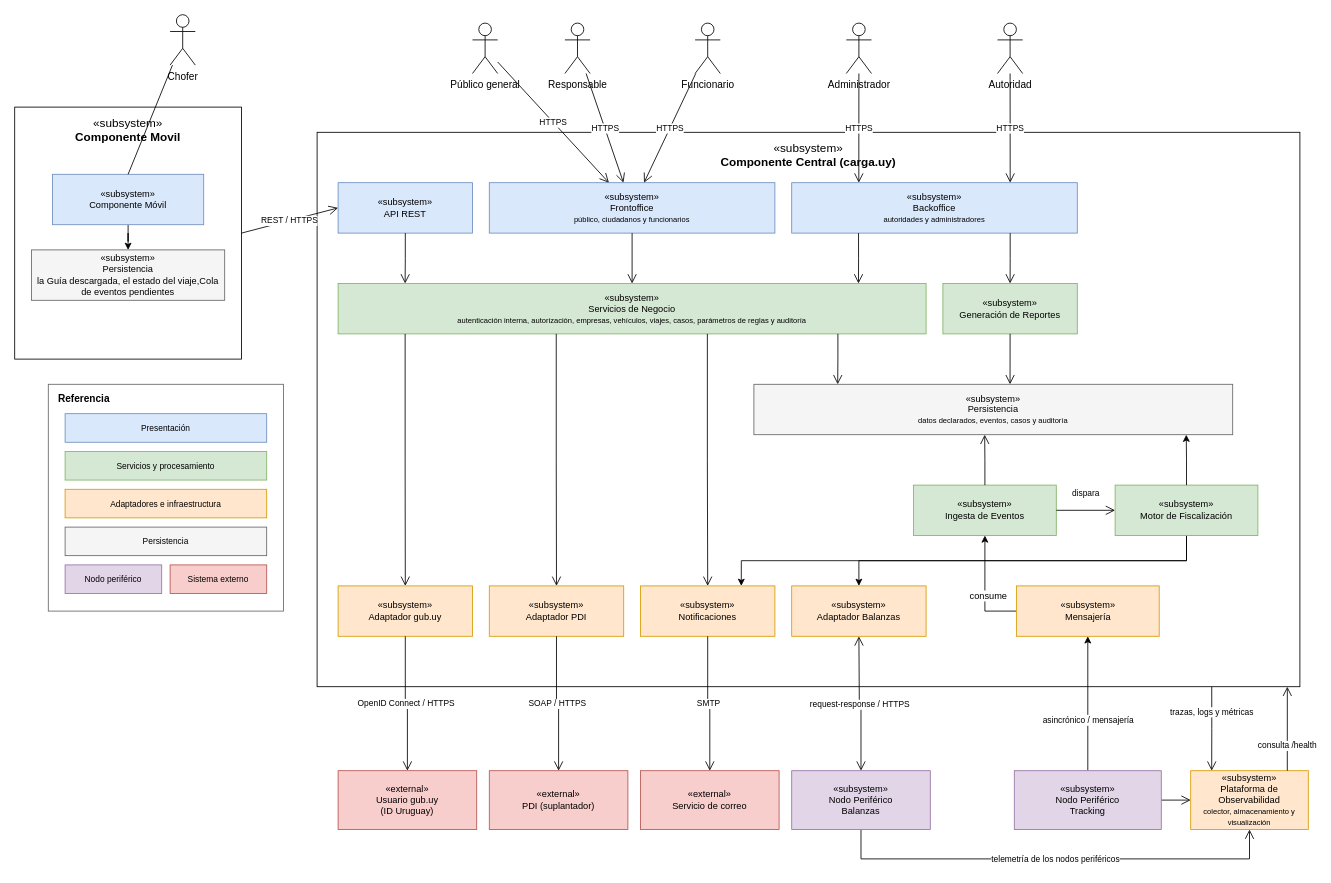
Above: docs/informe/fuentes-drawio/carga-uy-vista-logica-v3.drawio in LucasLazogue/TSE-carga-uy (draw.io), before the change. Source tidied: cells renumbered, new cells numbered last; positions are measured from the earlier drawing's top-left corner, leaving out a move shared by most shapes. Both pictures are drawn from the tidied source at 84%, with x=0, y=0 at pixel (14, 14).
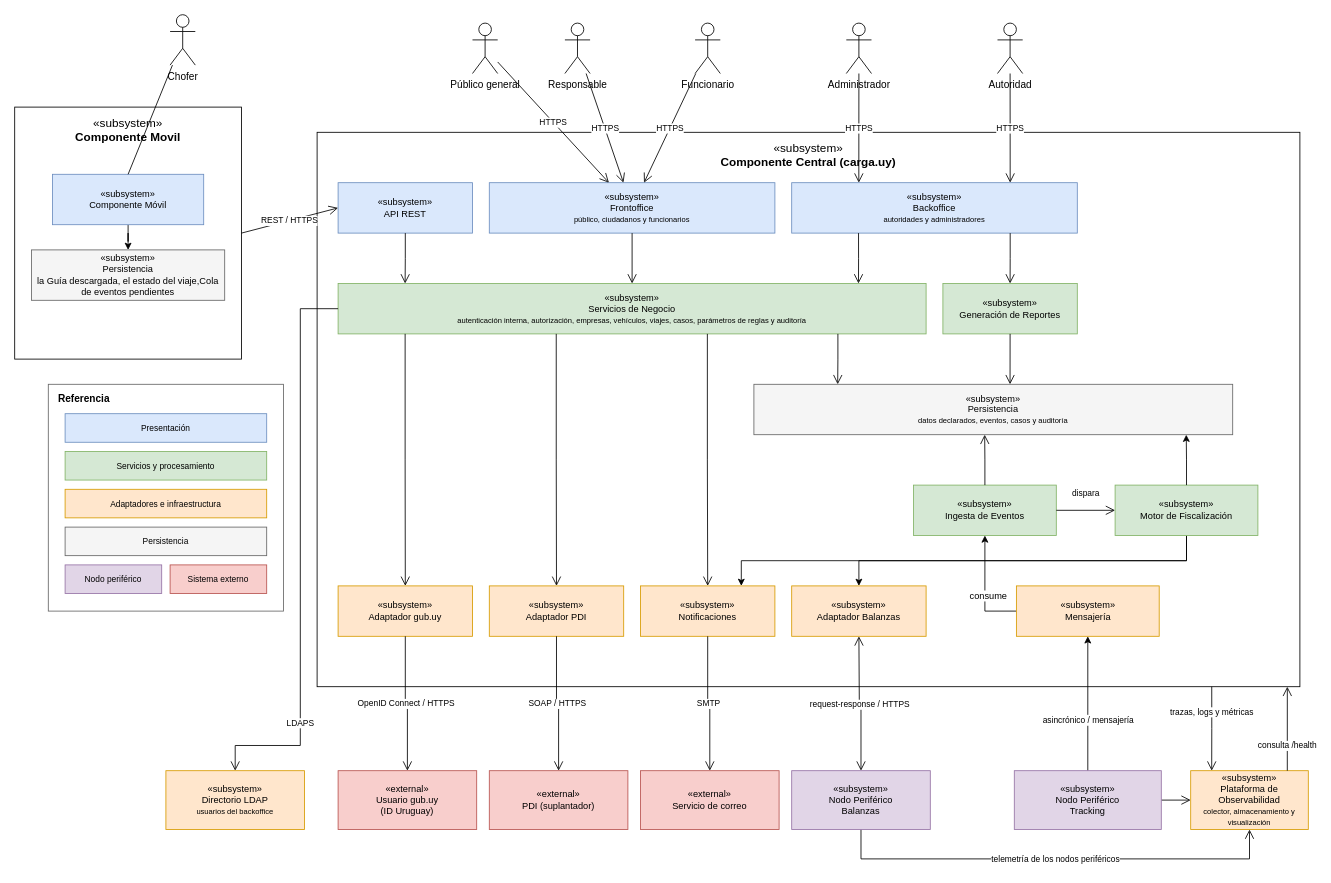
After the change.

Commit message (it also covers changes not shown here):
docs: autenticacion del backoffice contra un directorio ldap

Unchanged cells that the change refers to:
```xml
<mxCell id="8" value="&amp;laquo;subsystem&amp;raquo;&lt;br&gt;Servicios de Negocio&lt;br&gt;&lt;font style=&quot;font-size:9px&quot;&gt;autenticación interna, autorización, empresas, vehículos, viajes, casos, parámetros de reglas y auditoría&lt;/font&gt;" style="rounded=0;whiteSpace=wrap;html=1;fillColor=#d5e8d4;strokeColor=#82b366;fontSize=11;" parent="1" vertex="1">
  <mxGeometry x="385" y="320" width="700" height="60" as="geometry" />
</mxCell>
```

The edit, as a diff of the source:
```diff
@@
+    <mxCell id="72" value="&amp;laquo;subsystem&amp;raquo;&lt;br&gt;Directorio LDAP&lt;br&gt;&lt;font style=&quot;font-size:9px&quot;&gt;usuarios del backoffice&lt;/font&gt;" style="rounded=0;whiteSpace=wrap;html=1;fillColor=#ffe6cc;strokeColor=#d79b00;fontSize=11;" parent="1" vertex="1">
+      <mxGeometry x="180" y="900" width="165" height="70" as="geometry" />
+    </mxCell>
+    <mxCell id="73" value="LDAPS" style="endArrow=open;endSize=9;html=1;rounded=0;fontSize=10;labelBackgroundColor=#FFFFFF;edgeStyle=orthogonalEdgeStyle;exitX=0;exitY=0.5;exitDx=0;exitDy=0;entryX=0.5;entryY=0;entryDx=0;entryDy=0;" parent="1" edge="1" source="8" target="72">
+      <mxGeometry x="0.6" relative="1" as="geometry">
+        <Array as="points">
+          <mxPoint x="340" y="350" />
+          <mxPoint x="340" y="870" />
+          <mxPoint x="262.5" y="870" />
+        </Array>
+      </mxGeometry>
+    </mxCell>
```
